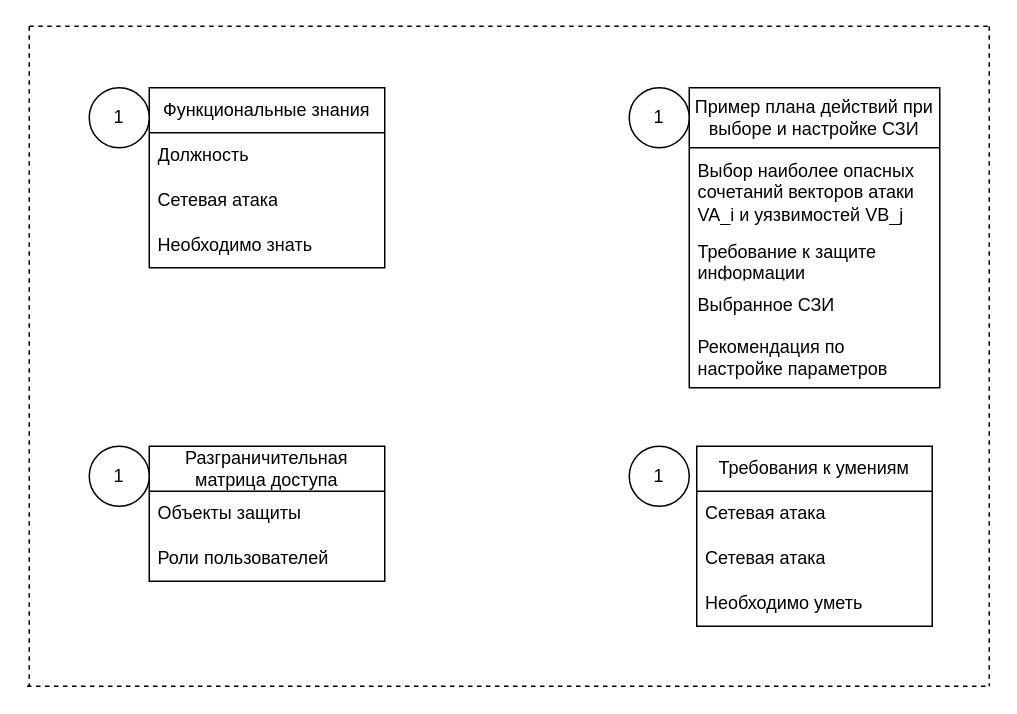
Before: (Старая схема ОПЗ) Частные инструкции.drawio in SmirnovBogdan8/Diplom, a draw.io diagram. Source tidied: cells renumbered, new cells numbered last; positions are measured from the earlier drawing's top-left corner, leaving out a move shared by most shapes. Both pictures are drawn from the tidied source at 150%, with x=0, y=0 at pixel (26, 26).
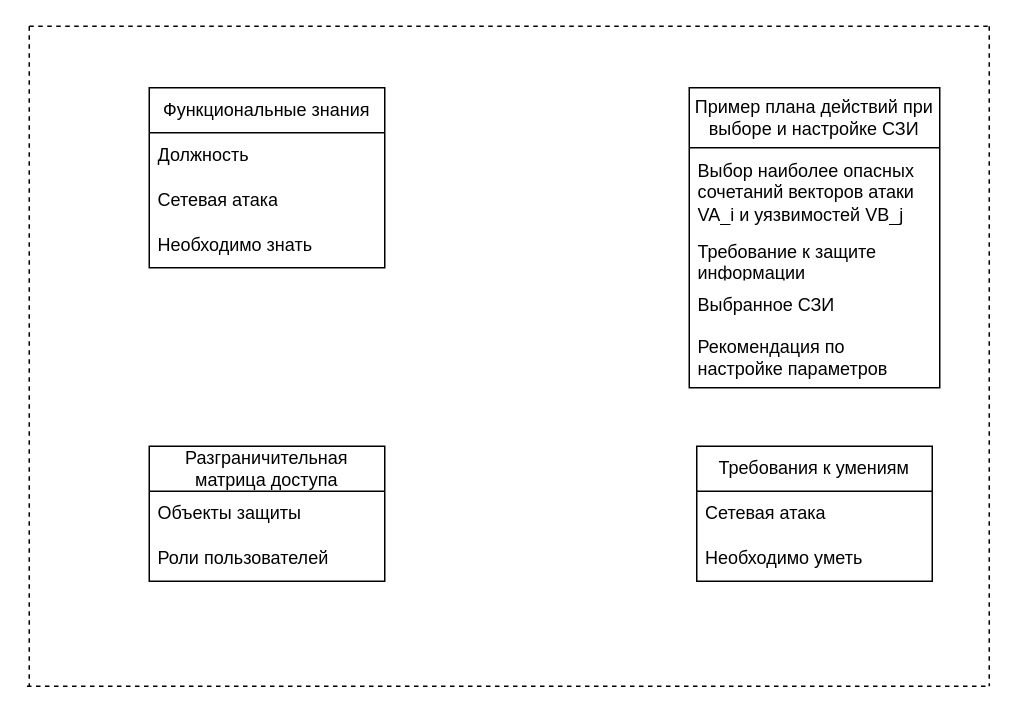
The same diagram, later.

The edit, as a diff of the source:
```diff
@@
     <mxCell id="18" value="Требования к умениям" style="swimlane;fontStyle=0;horizontal=1;startSize=30;whiteSpace=wrap;html=1;" parent="1" vertex="1">
-      <mxGeometry x="447" y="280" width="157" height="120" as="geometry" />
+      <mxGeometry x="447" y="280" width="157" height="90" as="geometry" />
     </mxCell>
@@
-    <mxCell id="20" value="Сетевая атака" style="text;strokeColor=none;fillColor=none;align=left;verticalAlign=middle;spacingLeft=4;spacingRight=4;overflow=hidden;whiteSpace=wrap;html=1;" parent="18" vertex="1">
-      <mxGeometry y="60" width="157" height="30" as="geometry" />
-    </mxCell>
     <mxCell id="21" value="Необходимо уметь&amp;nbsp;" style="text;strokeColor=none;fillColor=none;align=left;verticalAlign=middle;spacingLeft=4;spacingRight=4;overflow=hidden;whiteSpace=wrap;html=1;" parent="18" vertex="1">
-      <mxGeometry y="90" width="157" height="30" as="geometry" />
+      <mxGeometry y="60" width="157" height="30" as="geometry" />
     </mxCell>
-    <mxCell id="22" value="1" style="ellipse;whiteSpace=wrap;html=1;" parent="1" vertex="1">
-      <mxGeometry x="42" y="41" width="40" height="40" as="geometry" />
-    </mxCell>
-    <mxCell id="23" value="1" style="ellipse;whiteSpace=wrap;html=1;" parent="1" vertex="1">
-      <mxGeometry x="42" y="280" width="40" height="40" as="geometry" />
-    </mxCell>
-    <mxCell id="24" value="1" style="ellipse;whiteSpace=wrap;html=1;" parent="1" vertex="1">
-      <mxGeometry x="402" y="41" width="40" height="40" as="geometry" />
-    </mxCell>
-    <mxCell id="25" value="1" style="ellipse;whiteSpace=wrap;html=1;" parent="1" vertex="1">
-      <mxGeometry x="402" y="280" width="40" height="40" as="geometry" />
-    </mxCell>
```
